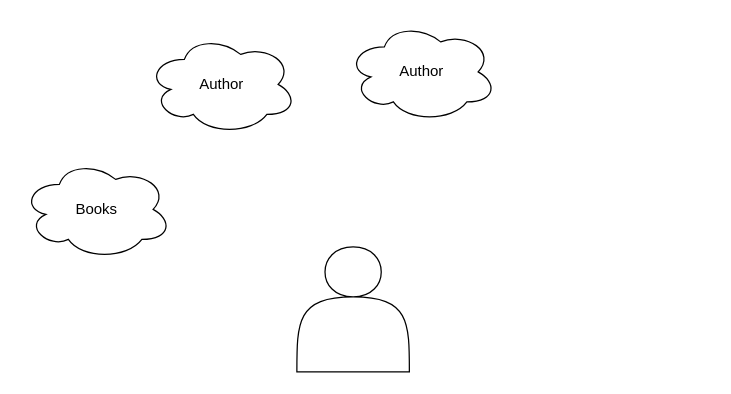
Above: page "Purpose" (1 of 2) of diagrams.drawio in Adipe92/BE-Database-Day1 (draw.io), before the change. Source tidied: cells renumbered, new cells numbered last; positions are measured from the earlier drawing's top-left corner, leaving out a move shared by most shapes. Both pictures are drawn from the tidied source at 125%, with x=0, y=0 at pixel (21, 21).
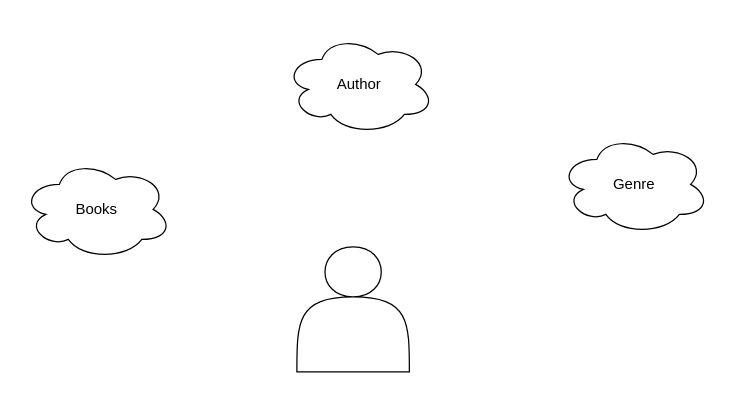
Above is the later version.

Diff of the diagram source:
```diff
@@
 <mxGraphModel>
   <root>
     <mxCell id="0" />
     <mxCell id="1" parent="0" />
     <mxCell id="2" style="shape=actor;whiteSpace=wrap;html=1;" parent="1" vertex="1">
       <mxGeometry x="220" y="180" width="90" height="100" as="geometry" />
     </mxCell>
     <mxCell id="3" value="Books" style="ellipse;shape=cloud;whiteSpace=wrap;html=1;" parent="1" vertex="1">
       <mxGeometry y="110" width="120" height="80" as="geometry" />
     </mxCell>
     <mxCell id="4" value="Author" style="ellipse;shape=cloud;whiteSpace=wrap;html=1;" parent="1" vertex="1">
-      <mxGeometry x="100" y="10" width="120" height="80" as="geometry" />
+      <mxGeometry x="210" y="10" width="120" height="80" as="geometry" />
     </mxCell>
-    <mxCell id="5" value="Author" style="ellipse;shape=cloud;whiteSpace=wrap;html=1;" parent="1" vertex="1">
-      <mxGeometry x="260" width="120" height="80" as="geometry" />
+    <mxCell id="5" value="Genre" style="ellipse;shape=cloud;whiteSpace=wrap;html=1;" parent="1" vertex="1">
+      <mxGeometry x="430" y="90" width="120" height="80" as="geometry" />
     </mxCell>
   </root>
 </mxGraphModel>
```
